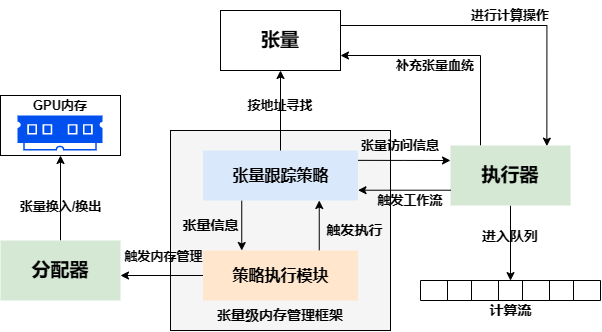
The draw.io diagram GPU_memory_managemnet.drawio.png in icszhr/zhr123nb.github.io, before a commit. Source tidied: cells renumbered, new cells last; positions are measured from the earlier drawing's top-left corner, leaving out a move shared by most shapes.
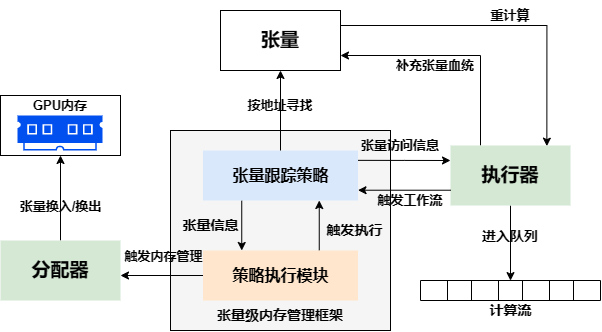
Later version of the same file.

Change to the diagram source:
```diff
@@ -128,7 +128,7 @@
     <mxCell id="40" value="&lt;b&gt;&lt;font style=&quot;font-size: 13px;&quot;&gt;按地址寻找&lt;/font&gt;&lt;/b&gt;" style="text;html=1;strokeColor=none;fillColor=none;align=center;verticalAlign=middle;whiteSpace=wrap;rounded=0;fontSize=14;" parent="1" vertex="1">
       <mxGeometry x="240" y="90" width="80" height="30" as="geometry" />
     </mxCell>
-    <mxCell id="41" value="&lt;b&gt;&lt;font style=&quot;font-size: 13px;&quot;&gt;进行计算操作&lt;/font&gt;&lt;/b&gt;" style="text;html=1;strokeColor=none;fillColor=none;align=center;verticalAlign=middle;whiteSpace=wrap;rounded=0;fontSize=14;" parent="1" vertex="1">
+    <mxCell id="41" value="&lt;b&gt;&lt;font style=&quot;font-size: 13px;&quot;&gt;重计算&lt;/font&gt;&lt;/b&gt;" style="text;html=1;strokeColor=none;fillColor=none;align=center;verticalAlign=middle;whiteSpace=wrap;rounded=0;fontSize=14;" parent="1" vertex="1">
       <mxGeometry x="470" width="80" height="30" as="geometry" />
     </mxCell>
     <mxCell id="42" value="&lt;b&gt;&lt;font style=&quot;font-size: 13px;&quot;&gt;补充张量血统&lt;/font&gt;&lt;/b&gt;" style="text;html=1;strokeColor=none;fillColor=none;align=center;verticalAlign=middle;whiteSpace=wrap;rounded=0;fontSize=14;" parent="1" vertex="1">
```
